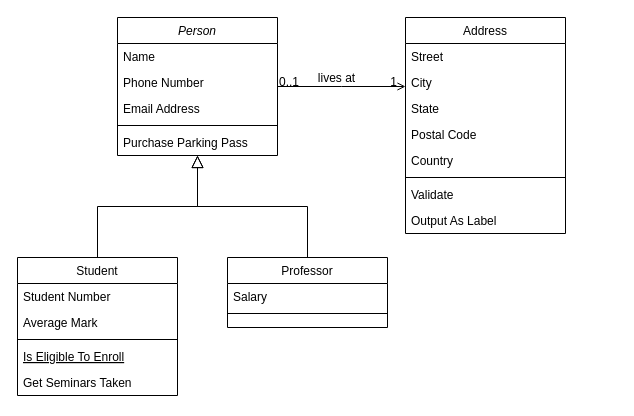
MMonzon00/LP3_Backend_java keeps this draw.io diagram as ClassDiagramLP3_project.drawio. Above is the earlier version. Source tidied: cells renumbered, new cells numbered last; positions are measured from the earlier drawing's top-left corner, leaving out a move shared by most shapes. Both pictures are drawn from the tidied source at 100%, with x=0, y=0 at pixel (17, 17).
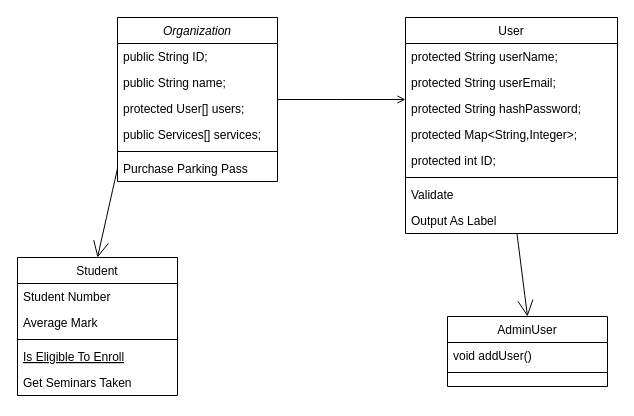
After the change.

Unchanged cells that the change refers to:
```xml
<mxCell id="8" value="Student" style="swimlane;fontStyle=0;align=center;verticalAlign=top;horizontal=1;startSize=26;rounded=0;shadow=0;strokeWidth=1;" parent="1" vertex="1">
  <mxGeometry y="240" width="160" height="138" as="geometry" />
</mxCell>
<mxCell id="28" style="endArrow=open;shadow=0;strokeWidth=1;rounded=0;endFill=1;edgeStyle=elbowEdgeStyle;elbow=vertical;" parent="1" edge="1" source="2" target="19">
  <mxGeometry x="0.5" y="41" relative="1" as="geometry">
    <mxPoint x="-40" y="32" as="offset" />
  </mxGeometry>
</mxCell>
```

What changed in the source:
```diff
@@
+    <mxCell id="32" style="edgeStyle=none;curved=1;rounded=0;jettySize=auto;html=1;fontSize=12;endArrow=open;startSize=14;endSize=14;sourcePerimeterSpacing=8;targetPerimeterSpacing=8;entryX=0.5;entryY=0;entryDx=0;entryDy=0;exitX=0.526;exitY=1.015;exitDx=0;exitDy=0;exitPerimeter=0;" parent="1" edge="1" source="27" target="15">
+      <mxGeometry relative="1" as="geometry" />
+    </mxCell>
+    <mxCell id="33" style="edgeStyle=none;curved=1;rounded=0;jettySize=auto;html=1;entryX=0.5;entryY=0;entryDx=0;entryDy=0;fontSize=12;endArrow=open;startSize=14;endSize=14;sourcePerimeterSpacing=8;targetPerimeterSpacing=8;exitX=0;exitY=0.5;exitDx=0;exitDy=0;" parent="1" edge="1" source="7" target="8">
+      <mxGeometry relative="1" as="geometry" />
+    </mxCell>
-    <mxCell id="2" value="Person" style="swimlane;fontStyle=2;align=center;verticalAlign=top;horizontal=1;startSize=26;rounded=0;shadow=0;strokeWidth=1;" parent="1" vertex="1">
-      <mxGeometry x="100" width="160" height="138" as="geometry" />
+    <mxCell id="2" value="Organization" style="swimlane;fontStyle=2;align=center;verticalAlign=top;horizontal=1;startSize=26;rounded=0;shadow=0;strokeWidth=1;" parent="1" vertex="1">
+      <mxGeometry x="100" width="160" height="164" as="geometry" />
     </mxCell>
-    <mxCell id="3" value="Name" style="text;align=left;verticalAlign=top;spacingLeft=4;spacingRight=4;overflow=hidden;" parent="2" vertex="1">
+    <mxCell id="3" value="public String ID;" style="text;align=left;verticalAlign=top;spacingLeft=4;spacingRight=4;overflow=hidden;" parent="2" vertex="1">
       <mxGeometry y="26" width="160" height="26" as="geometry" />
     </mxCell>
-    <mxCell id="4" value="Phone Number" style="text;align=left;verticalAlign=top;spacingLeft=4;spacingRight=4;overflow=hidden;rounded=0;shadow=0;html=0;" parent="2" vertex="1">
+    <mxCell id="4" value="public String name;" style="text;align=left;verticalAlign=top;spacingLeft=4;spacingRight=4;overflow=hidden;rounded=0;shadow=0;html=0;" parent="2" vertex="1">
       <mxGeometry y="52" width="160" height="26" as="geometry" />
     </mxCell>
+    <mxCell id="34" value="protected User[] users;" style="text;align=left;verticalAlign=top;spacingLeft=4;spacingRight=4;overflow=hidden;rounded=0;shadow=0;html=0;" parent="2" vertex="1">
+      <mxGeometry y="78" width="160" height="26" as="geometry" />
+    </mxCell>
-    <mxCell id="5" value="Email Address" style="text;align=left;verticalAlign=top;spacingLeft=4;spacingRight=4;overflow=hidden;rounded=0;shadow=0;html=0;" parent="2" vertex="1">
-      <mxGeometry y="78" width="160" height="26" as="geometry" />
+    <mxCell id="5" value="public Services[] services;" style="text;align=left;verticalAlign=top;spacingLeft=4;spacingRight=4;overflow=hidden;rounded=0;shadow=0;html=0;" parent="2" vertex="1">
+      <mxGeometry y="104" width="160" height="26" as="geometry" />
     </mxCell>
     <mxCell id="6" style="line;html=1;strokeWidth=1;align=left;verticalAlign=middle;spacingTop=-1;spacingLeft=3;spacingRight=3;labelPosition=right;" parent="2" vertex="1">
-      <mxGeometry y="104" width="160" height="8" as="geometry" />
+      <mxGeometry y="130" width="160" height="8" as="geometry" />
     </mxCell>
     <mxCell id="7" value="Purchase Parking Pass" style="text;align=left;verticalAlign=top;spacingLeft=4;spacingRight=4;overflow=hidden;points=[[0,0.5],[1,0.5]];portConstraint=eastwest;" parent="2" vertex="1">
-      <mxGeometry y="112" width="160" height="26" as="geometry" />
+      <mxGeometry y="138" width="160" height="26" as="geometry" />
     </mxCell>
@@
-    <mxCell id="14" style="endArrow=block;endSize=10;endFill=0;shadow=0;strokeWidth=1;rounded=0;edgeStyle=elbowEdgeStyle;elbow=vertical;" parent="1" edge="1" source="8" target="2">
-      <mxGeometry relative="1" as="geometry" />
-    </mxCell>
-    <mxCell id="15" value="Professor" style="swimlane;fontStyle=0;align=center;verticalAlign=top;horizontal=1;startSize=26;rounded=0;shadow=0;strokeWidth=1;" parent="1" vertex="1">
-      <mxGeometry x="210" y="240" width="160" height="70" as="geometry" />
+    <mxCell id="15" value="AdminUser" style="swimlane;fontStyle=0;align=center;verticalAlign=top;horizontal=1;startSize=26;rounded=0;shadow=0;strokeWidth=1;" parent="1" vertex="1">
+      <mxGeometry x="430" y="299" width="160" height="70" as="geometry" />
     </mxCell>
-    <mxCell id="16" value="Salary" style="text;align=left;verticalAlign=top;spacingLeft=4;spacingRight=4;overflow=hidden;" parent="15" vertex="1">
+    <mxCell id="16" value="void addUser()&#10;" style="text;align=left;verticalAlign=top;spacingLeft=4;spacingRight=4;overflow=hidden;" parent="15" vertex="1">
       <mxGeometry y="26" width="160" height="26" as="geometry" />
     </mxCell>
@@
-    <mxCell id="18" style="endArrow=block;endSize=10;endFill=0;shadow=0;strokeWidth=1;rounded=0;edgeStyle=elbowEdgeStyle;elbow=vertical;" parent="1" edge="1" source="15" target="2">
-      <mxGeometry relative="1" as="geometry" />
-    </mxCell>
-    <mxCell id="19" value="Address" style="swimlane;fontStyle=0;align=center;verticalAlign=top;horizontal=1;startSize=26;rounded=0;shadow=0;strokeWidth=1;" parent="1" vertex="1">
-      <mxGeometry x="388" width="160" height="216" as="geometry" />
+    <mxCell id="19" value="User" style="swimlane;fontStyle=0;align=center;verticalAlign=top;horizontal=1;startSize=26;rounded=0;shadow=0;strokeWidth=1;" parent="1" vertex="1">
+      <mxGeometry x="388" width="212" height="216" as="geometry" />
     </mxCell>
-    <mxCell id="20" value="Street" style="text;align=left;verticalAlign=top;spacingLeft=4;spacingRight=4;overflow=hidden;" parent="19" vertex="1">
-      <mxGeometry y="26" width="160" height="26" as="geometry" />
+    <mxCell id="20" value="protected String userName;" style="text;align=left;verticalAlign=top;spacingLeft=4;spacingRight=4;overflow=hidden;" parent="19" vertex="1">
+      <mxGeometry y="26" width="212" height="26" as="geometry" />
     </mxCell>
-    <mxCell id="21" value="City" style="text;align=left;verticalAlign=top;spacingLeft=4;spacingRight=4;overflow=hidden;rounded=0;shadow=0;html=0;" parent="19" vertex="1">
-      <mxGeometry y="52" width="160" height="26" as="geometry" />
+    <mxCell id="21" value="protected String userEmail;" style="text;align=left;verticalAlign=top;spacingLeft=4;spacingRight=4;overflow=hidden;rounded=0;shadow=0;html=0;" parent="19" vertex="1">
+      <mxGeometry y="52" width="212" height="26" as="geometry" />
     </mxCell>
-    <mxCell id="22" value="State" style="text;align=left;verticalAlign=top;spacingLeft=4;spacingRight=4;overflow=hidden;rounded=0;shadow=0;html=0;" parent="19" vertex="1">
-      <mxGeometry y="78" width="160" height="26" as="geometry" />
+    <mxCell id="22" value=" protected String hashPassword;&#10;" style="text;align=left;verticalAlign=top;spacingLeft=4;spacingRight=4;overflow=hidden;rounded=0;shadow=0;html=0;" parent="19" vertex="1">
+      <mxGeometry y="78" width="212" height="26" as="geometry" />
     </mxCell>
-    <mxCell id="23" value="Postal Code" style="text;align=left;verticalAlign=top;spacingLeft=4;spacingRight=4;overflow=hidden;rounded=0;shadow=0;html=0;" parent="19" vertex="1">
-      <mxGeometry y="104" width="160" height="26" as="geometry" />
+    <mxCell id="23" value=" protected Map&lt;String,Integer&gt;;&#10;" style="text;align=left;verticalAlign=top;spacingLeft=4;spacingRight=4;overflow=hidden;rounded=0;shadow=0;html=0;" parent="19" vertex="1">
+      <mxGeometry y="104" width="212" height="26" as="geometry" />
     </mxCell>
-    <mxCell id="24" value="Country" style="text;align=left;verticalAlign=top;spacingLeft=4;spacingRight=4;overflow=hidden;rounded=0;shadow=0;html=0;" parent="19" vertex="1">
-      <mxGeometry y="130" width="160" height="26" as="geometry" />
+    <mxCell id="24" value=" protected int ID;&#10;" style="text;align=left;verticalAlign=top;spacingLeft=4;spacingRight=4;overflow=hidden;rounded=0;shadow=0;html=0;" parent="19" vertex="1">
+      <mxGeometry y="130" width="212" height="26" as="geometry" />
     </mxCell>
     <mxCell id="25" style="line;html=1;strokeWidth=1;align=left;verticalAlign=middle;spacingTop=-1;spacingLeft=3;spacingRight=3;labelPosition=right;" parent="19" vertex="1">
-      <mxGeometry y="156" width="160" height="8" as="geometry" />
+      <mxGeometry y="156" width="212" height="8" as="geometry" />
     </mxCell>
     <mxCell id="26" value="Validate" style="text;align=left;verticalAlign=top;spacingLeft=4;spacingRight=4;overflow=hidden;" parent="19" vertex="1">
-      <mxGeometry y="164" width="160" height="26" as="geometry" />
+      <mxGeometry y="164" width="212" height="26" as="geometry" />
     </mxCell>
     <mxCell id="27" value="Output As Label" style="text;align=left;verticalAlign=top;spacingLeft=4;spacingRight=4;overflow=hidden;points=[[0,0.5],[1,0.5]];portConstraint=eastwest;" parent="19" vertex="1">
-      <mxGeometry y="190" width="160" height="26" as="geometry" />
+      <mxGeometry y="190" width="212" height="26" as="geometry" />
     </mxCell>
@@
-    <mxCell id="29" value="0..1" style="align=left;verticalAlign=bottom;labelBackgroundColor=none;fontSize=12;" parent="28" vertex="1">
-      <mxGeometry x="-1" relative="1" as="geometry">
-        <mxPoint y="4" as="offset" />
-      </mxGeometry>
-    </mxCell>
-    <mxCell id="30" value="1" style="align=right;verticalAlign=bottom;labelBackgroundColor=none;fontSize=12;" parent="28" vertex="1">
-      <mxGeometry x="1" relative="1" as="geometry">
-        <mxPoint x="-7" y="4" as="offset" />
-      </mxGeometry>
-    </mxCell>
-    <mxCell id="31" value="lives at" style="text;html=1;align=center;verticalAlign=middle;labelBackgroundColor=none;rounded=0;shadow=0;strokeWidth=1;fontSize=12;" parent="28" vertex="1">
-      <mxGeometry x="0.5" y="49" relative="1" as="geometry">
-        <mxPoint x="-38" y="40" as="offset" />
-      </mxGeometry>
-    </mxCell>
```
